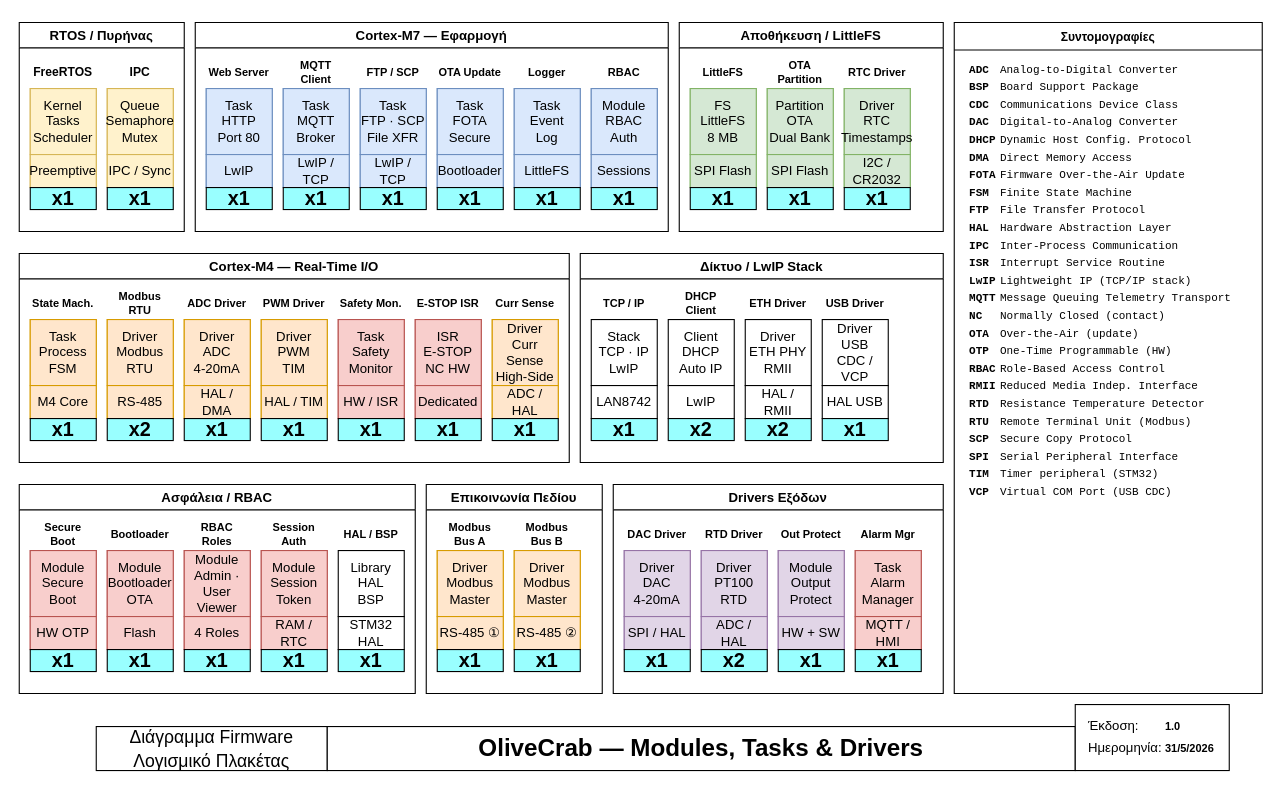
The draw.io diagram Docs/fw_overview.drawio in thanvas81/OliveCrab, before the edit. Source tidied: cells renumbered, new cells numbered last; positions are measured from the earlier drawing's top-left corner, leaving out a move shared by most shapes. Both pictures are drawn from the tidied source at 110%, with x=0, y=0 at pixel (19, 22).
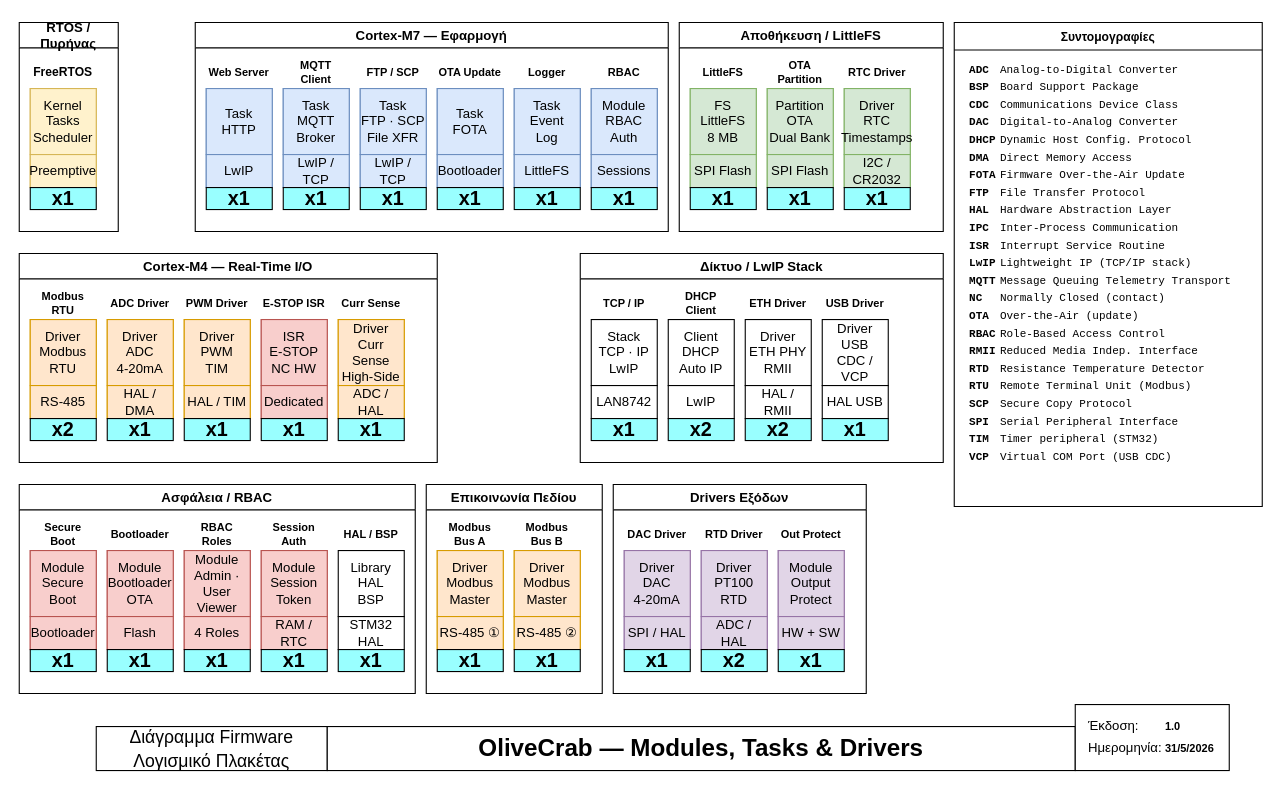
Above is the later version.

Commit message:
docs: remove unspecified FW modules from fw_overview

Remove four cards that have no basis in system_specifications.md:
- IPC (Queue/Semaphore/Mutex) — FreeRTOS internals, not spec'd
- State Machine / FSM — not mentioned in spec
- Safety Monitor task — spec lists E-STOP HW input, not a SW task
- Alarm Manager — not in spec

Also remove OTP and FSM from abbreviation legend.
Shrink affected swimlanes (RTOS, M4, Output Drivers) to fit.

Unchanged cells that the change refers to:
```xml
<mxCell id="20" style="group;fillColor=#dae8fc;strokeColor=#6c8ebf;" parent="19" vertex="1">
  <mxGeometry y="30" width="60" height="90" as="geometry" />
</mxCell>
<mxCell id="41" style="group;fillColor=#dae8fc;strokeColor=#6c8ebf;" parent="40" vertex="1">
  <mxGeometry y="30" width="60" height="90" as="geometry" />
</mxCell>
<mxCell id="164" style="group;fillColor=#f8cecc;strokeColor=#b85450;" parent="163" vertex="1">
  <mxGeometry y="30" width="60" height="90" as="geometry" />
</mxCell>
```

What changed in the source:
```diff
@@
     <mxCell id="2" value="RTOS / Πυρήνας" style="swimlane;whiteSpace=wrap;html=1;" parent="1" vertex="1">
-      <mxGeometry width="150" height="190" as="geometry" />
+      <mxGeometry width="90" height="190" as="geometry" />
     </mxCell>
@@
-    <mxCell id="10" style="group;" parent="2" vertex="1">
-      <mxGeometry x="80" y="30" width="60" height="140" as="geometry" />
-    </mxCell>
-    <mxCell id="11" style="group;" parent="10" vertex="1">
-      <mxGeometry width="60" height="120" as="geometry" />
-    </mxCell>
-    <mxCell id="12" style="group;fillColor=#fff2cc;strokeColor=#d6b656;" parent="11" vertex="1">
-      <mxGeometry y="30" width="60" height="90" as="geometry" />
-    </mxCell>
-    <mxCell id="13" value="Queue&lt;br&gt;Semaphore&lt;br&gt;Mutex" style="whiteSpace=wrap;html=1;fillColor=#fff2cc;strokeColor=#d6b656;" parent="12" vertex="1">
-      <mxGeometry width="60" height="60" as="geometry" />
-    </mxCell>
-    <mxCell id="14" value="IPC / Sync" style="rounded=0;whiteSpace=wrap;html=1;fillColor=#fff2cc;strokeColor=#d6b656;" parent="12" vertex="1">
-      <mxGeometry y="60" width="60" height="30" as="geometry" />
-    </mxCell>
-    <mxCell id="15" value="IPC" style="text;html=1;strokeColor=none;fillColor=none;align=center;verticalAlign=middle;whiteSpace=wrap;rounded=0;fontStyle=1;fontSize=11;" parent="11" vertex="1">
-      <mxGeometry width="60" height="30" as="geometry" />
-    </mxCell>
-    <mxCell id="16" value="x1" style="rounded=0;whiteSpace=wrap;html=1;fillColor=#99FFFF;fontSize=18;fontStyle=1;" parent="10" vertex="1">
-      <mxGeometry y="120" width="60" height="20" as="geometry" />
-    </mxCell>
@@
-    <mxCell id="21" value="Task&lt;br&gt;HTTP&lt;br&gt;Port 80" style="whiteSpace=wrap;html=1;fillColor=#dae8fc;strokeColor=#6c8ebf;" parent="20" vertex="1">
+    <mxCell id="21" value="Task&lt;br&gt;HTTP" style="whiteSpace=wrap;html=1;fillColor=#dae8fc;strokeColor=#6c8ebf;" parent="20" vertex="1">
       <mxGeometry width="60" height="60" as="geometry" />
     </mxCell>
@@
-    <mxCell id="42" value="Task&lt;br&gt;FOTA&lt;br&gt;Secure" style="whiteSpace=wrap;html=1;fillColor=#dae8fc;strokeColor=#6c8ebf;" parent="41" vertex="1">
+    <mxCell id="42" value="Task&lt;br&gt;FOTA" style="whiteSpace=wrap;html=1;fillColor=#dae8fc;strokeColor=#6c8ebf;" parent="41" vertex="1">
       <mxGeometry width="60" height="60" as="geometry" />
     </mxCell>
@@
     <mxCell id="82" value="Cortex-M4 — Real-Time I/O" style="swimlane;whiteSpace=wrap;html=1;" parent="1" vertex="1">
-      <mxGeometry y="210" width="500" height="190" as="geometry" />
+      <mxGeometry y="210" width="380" height="190" as="geometry" />
     </mxCell>
-    <mxCell id="83" style="group;" parent="82" vertex="1">
-      <mxGeometry x="10" y="30" width="60" height="140" as="geometry" />
-    </mxCell>
-    <mxCell id="84" style="group;" parent="83" vertex="1">
-      <mxGeometry width="60" height="120" as="geometry" />
-    </mxCell>
-    <mxCell id="85" style="group;fillColor=#ffe6cc;strokeColor=#d79b00;" parent="84" vertex="1">
-      <mxGeometry y="30" width="60" height="90" as="geometry" />
-    </mxCell>
-    <mxCell id="86" value="Task&lt;br&gt;Process&lt;br&gt;FSM" style="whiteSpace=wrap;html=1;fillColor=#ffe6cc;strokeColor=#d79b00;" parent="85" vertex="1">
-      <mxGeometry width="60" height="60" as="geometry" />
-    </mxCell>
-    <mxCell id="87" value="M4 Core" style="rounded=0;whiteSpace=wrap;html=1;fillColor=#ffe6cc;strokeColor=#d79b00;" parent="85" vertex="1">
-      <mxGeometry y="60" width="60" height="30" as="geometry" />
-    </mxCell>
-    <mxCell id="88" value="State Mach." style="text;html=1;strokeColor=none;fillColor=none;align=center;verticalAlign=middle;whiteSpace=wrap;rounded=0;fontStyle=1;fontSize=10;" parent="84" vertex="1">
-      <mxGeometry width="60" height="30" as="geometry" />
-    </mxCell>
-    <mxCell id="89" value="x1" style="rounded=0;whiteSpace=wrap;html=1;fillColor=#99FFFF;fontSize=18;fontStyle=1;" parent="83" vertex="1">
-      <mxGeometry y="120" width="60" height="20" as="geometry" />
-    </mxCell>
     <mxCell id="90" style="group;" parent="82" vertex="1">
-      <mxGeometry x="80" y="30" width="60" height="140" as="geometry" />
+      <mxGeometry x="10" y="30" width="60" height="140" as="geometry" />
     </mxCell>
@@
     <mxCell id="97" style="group;" parent="82" vertex="1">
-      <mxGeometry x="150" y="30" width="60" height="140" as="geometry" />
+      <mxGeometry x="80" y="30" width="60" height="140" as="geometry" />
     </mxCell>
@@
     <mxCell id="104" style="group;" parent="82" vertex="1">
-      <mxGeometry x="220" y="30" width="60" height="140" as="geometry" />
+      <mxGeometry x="150" y="30" width="60" height="140" as="geometry" />
     </mxCell>
@@
-    <mxCell id="111" style="group;" parent="82" vertex="1">
-      <mxGeometry x="290" y="30" width="60" height="140" as="geometry" />
-    </mxCell>
-    <mxCell id="112" style="group;" parent="111" vertex="1">
-      <mxGeometry width="60" height="120" as="geometry" />
-    </mxCell>
-    <mxCell id="113" style="group;fillColor=#f8cecc;strokeColor=#b85450;" parent="112" vertex="1">
-      <mxGeometry y="30" width="60" height="90" as="geometry" />
-    </mxCell>
-    <mxCell id="114" value="Task&lt;br&gt;Safety&lt;br&gt;Monitor" style="whiteSpace=wrap;html=1;fillColor=#f8cecc;strokeColor=#b85450;" parent="113" vertex="1">
-      <mxGeometry width="60" height="60" as="geometry" />
-    </mxCell>
-    <mxCell id="115" value="HW / ISR" style="rounded=0;whiteSpace=wrap;html=1;fillColor=#f8cecc;strokeColor=#b85450;" parent="113" vertex="1">
-      <mxGeometry y="60" width="60" height="30" as="geometry" />
-    </mxCell>
-    <mxCell id="116" value="Safety Mon." style="text;html=1;strokeColor=none;fillColor=none;align=center;verticalAlign=middle;whiteSpace=wrap;rounded=0;fontStyle=1;fontSize=10;" parent="112" vertex="1">
-      <mxGeometry width="60" height="30" as="geometry" />
-    </mxCell>
-    <mxCell id="117" value="x1" style="rounded=0;whiteSpace=wrap;html=1;fillColor=#99FFFF;fontSize=18;fontStyle=1;" parent="111" vertex="1">
-      <mxGeometry y="120" width="60" height="20" as="geometry" />
-    </mxCell>
     <mxCell id="118" style="group;" parent="82" vertex="1">
-      <mxGeometry x="360" y="30" width="60" height="140" as="geometry" />
+      <mxGeometry x="220" y="30" width="60" height="140" as="geometry" />
     </mxCell>
@@
     <mxCell id="125" style="group;" parent="82" vertex="1">
-      <mxGeometry x="430" y="30" width="60" height="140" as="geometry" />
+      <mxGeometry x="290" y="30" width="60" height="140" as="geometry" />
     </mxCell>
@@
-    <mxCell id="166" value="HW OTP" style="rounded=0;whiteSpace=wrap;html=1;fillColor=#f8cecc;strokeColor=#b85450;" parent="164" vertex="1">
+    <mxCell id="166" value="Bootloader" style="rounded=0;whiteSpace=wrap;html=1;fillColor=#f8cecc;strokeColor=#b85450;" parent="164" vertex="1">
       <mxGeometry y="60" width="60" height="30" as="geometry" />
     </mxCell>
@@
     <mxCell id="212" value="Drivers Εξόδων" style="swimlane;whiteSpace=wrap;html=1;" parent="1" vertex="1">
-      <mxGeometry x="540" y="420" width="300" height="190" as="geometry" />
+      <mxGeometry x="540" y="420" width="230" height="190" as="geometry" />
     </mxCell>
@@
-    <mxCell id="234" style="group;" parent="212" vertex="1">
-      <mxGeometry x="220" y="30" width="60" height="140" as="geometry" />
-    </mxCell>
-    <mxCell id="235" style="group;" parent="234" vertex="1">
-      <mxGeometry width="60" height="120" as="geometry" />
-    </mxCell>
-    <mxCell id="236" style="group;fillColor=#f8cecc;strokeColor=#b85450;" parent="235" vertex="1">
-      <mxGeometry y="30" width="60" height="90" as="geometry" />
-    </mxCell>
-    <mxCell id="237" value="Task&lt;br&gt;Alarm&lt;br&gt;Manager" style="whiteSpace=wrap;html=1;fillColor=#f8cecc;strokeColor=#b85450;" parent="236" vertex="1">
-      <mxGeometry width="60" height="60" as="geometry" />
-    </mxCell>
-    <mxCell id="238" value="MQTT / HMI" style="rounded=0;whiteSpace=wrap;html=1;fillColor=#f8cecc;strokeColor=#b85450;" parent="236" vertex="1">
-      <mxGeometry y="60" width="60" height="30" as="geometry" />
-    </mxCell>
-    <mxCell id="239" value="Alarm Mgr" style="text;html=1;strokeColor=none;fillColor=none;align=center;verticalAlign=middle;whiteSpace=wrap;rounded=0;fontStyle=1;fontSize=10;" parent="235" vertex="1">
-      <mxGeometry width="60" height="30" as="geometry" />
-    </mxCell>
-    <mxCell id="240" value="x1" style="rounded=0;whiteSpace=wrap;html=1;fillColor=#99FFFF;fontSize=18;fontStyle=1;" parent="234" vertex="1">
-      <mxGeometry y="120" width="60" height="20" as="geometry" />
-    </mxCell>
     <mxCell id="241" value="Συντομογραφίες" style="swimlane;whiteSpace=wrap;html=1;startSize=25;fontSize=11;fontStyle=1;" parent="1" vertex="1">
-      <mxGeometry x="850" width="280" height="610" as="geometry" />
+      <mxGeometry x="850" width="280" height="440" as="geometry" />
     </mxCell>
-    <mxCell id="242" value="&lt;table style=&quot;font-size:10px;font-family:Courier New,monospace;width:100%;&quot;&gt;&lt;tr&gt;&lt;td&gt;&lt;b&gt;ADC&lt;/b&gt;&lt;/td&gt;&lt;td&gt;Analog-to-Digital Converter&lt;/td&gt;&lt;/tr&gt;&lt;tr&gt;&lt;td&gt;&lt;b&gt;BSP&lt;/b&gt;&lt;/td&gt;&lt;td&gt;Board Support Package&lt;/td&gt;&lt;/tr&gt;&lt;tr&gt;&lt;td&gt;&lt;b&gt;CDC&lt;/b&gt;&lt;/td&gt;&lt;td&gt;Communications Device Class&lt;/td&gt;&lt;/tr&gt;&lt;tr&gt;&lt;td&gt;&lt;b&gt;DAC&lt;/b&gt;&lt;/td&gt;&lt;td&gt;Digital-to-Analog Converter&lt;/td&gt;&lt;/tr&gt;&lt;tr&gt;&lt;td&gt;&lt;b&gt;DHCP&lt;/b&gt;&lt;/td&gt;&lt;td&gt;Dynamic Host Config. Protocol&lt;/td&gt;&lt;/tr&gt;&lt;tr&gt;&lt;td&gt;&lt;b&gt;DMA&lt;/b&gt;&lt;/td&gt;&lt;td&gt;Direct Memory Access&lt;/td&gt;&lt;/tr&gt;&lt;tr&gt;&lt;td&gt;&lt;b&gt;FOTA&lt;/b&gt;&lt;/td&gt;&lt;td&gt;Firmware Over-the-Air Update&lt;/td&gt;&lt;/tr&gt;&lt;tr&gt;&lt;td&gt;&lt;b&gt;FSM&lt;/b&gt;&lt;/td&gt;&lt;td&gt;Finite State Machine&lt;/td&gt;&lt;/tr&gt;&lt;tr&gt;&lt;td&gt;&lt;b&gt;FTP&lt;/b&gt;&lt;/td&gt;&lt;td&gt;File Transfer Protocol&lt;/td&gt;&lt;/tr&gt;&lt;tr&gt;&lt;td&gt;&lt;b&gt;HAL&lt;/b&gt;&lt;/td&gt;&lt;td&gt;Hardware Abstraction Layer&lt;/td&gt;&lt;/tr&gt;&lt;tr&gt;&lt;td&gt;&lt;b&gt;IPC&lt;/b&gt;&lt;/td&gt;&lt;td&gt;Inter-Process Communication&lt;/td&gt;&lt;/tr&gt;&lt;tr&gt;&lt;td&gt;&lt;b&gt;ISR&lt;/b&gt;&lt;/td&gt;&lt;td&gt;Interrupt Service Routine&lt;/td&gt;&lt;/tr&gt;&lt;tr&gt;&lt;td&gt;&lt;b&gt;LwIP&lt;/b&gt;&lt;/td&gt;&lt;td&gt;Lightweight IP (TCP/IP stack)&lt;/td&gt;&lt;/tr&gt;&lt;tr&gt;&lt;td&gt;&lt;b&gt;MQTT&lt;/b&gt;&lt;/td&gt;&lt;td&gt;Message Queuing Telemetry Transport&lt;/td&gt;&lt;/tr&gt;&lt;tr&gt;&lt;td&gt;&lt;b&gt;NC&lt;/b&gt;&lt;/td&gt;&lt;td&gt;Normally Closed (contact)&lt;/td&gt;&lt;/tr&gt;&lt;tr&gt;&lt;td&gt;&lt;b&gt;OTA&lt;/b&gt;&lt;/td&gt;&lt;td&gt;Over-the-Air (update)&lt;/td&gt;&lt;/tr&gt;&lt;tr&gt;&lt;td&gt;&lt;b&gt;OTP&lt;/b&gt;&lt;/td&gt;&lt;td&gt;One-Time Programmable (HW)&lt;/td&gt;&lt;/tr&gt;&lt;tr&gt;&lt;td&gt;&lt;b&gt;RBAC&lt;/b&gt;&lt;/td&gt;&lt;td&gt;Role-Based Access Control&lt;/td&gt;&lt;/tr&gt;&lt;tr&gt;&lt;td&gt;&lt;b&gt;RMII&lt;/b&gt;&lt;/td&gt;&lt;td&gt;Reduced Media Indep. Interface&lt;/td&gt;&lt;/tr&gt;&lt;tr&gt;&lt;td&gt;&lt;b&gt;RTD&lt;/b&gt;&lt;/td&gt;&lt;td&gt;Resistance Temperature Detector&lt;/td&gt;&lt;/tr&gt;&lt;tr&gt;&lt;td&gt;&lt;b&gt;RTU&lt;/b&gt;&lt;/td&gt;&lt;td&gt;Remote Terminal Unit (Modbus)&lt;/td&gt;&lt;/tr&gt;&lt;tr&gt;&lt;td&gt;&lt;b&gt;SCP&lt;/b&gt;&lt;/td&gt;&lt;td&gt;Secure Copy Protocol&lt;/td&gt;&lt;/tr&gt;&lt;tr&gt;&lt;td&gt;&lt;b&gt;SPI&lt;/b&gt;&lt;/td&gt;&lt;td&gt;Serial Peripheral Interface&lt;/td&gt;&lt;/tr&gt;&lt;tr&gt;&lt;td&gt;&lt;b&gt;TIM&lt;/b&gt;&lt;/td&gt;&lt;td&gt;Timer peripheral (STM32)&lt;/td&gt;&lt;/tr&gt;&lt;tr&gt;&lt;td&gt;&lt;b&gt;VCP&lt;/b&gt;&lt;/td&gt;&lt;td&gt;Virtual COM Port (USB CDC)&lt;/td&gt;&lt;/tr&gt;&lt;/table&gt;" style="text;html=1;strokeColor=none;fillColor=none;align=left;verticalAlign=top;spacingLeft=4;" parent="241" vertex="1">
-      <mxGeometry x="5" y="28" width="268" height="575" as="geometry" />
+    <mxCell id="242" value="&lt;table style=&quot;font-size:10px;font-family:Courier New,monospace;width:100%;&quot;&gt;&lt;tr&gt;&lt;td&gt;&lt;b&gt;ADC&lt;/b&gt;&lt;/td&gt;&lt;td&gt;Analog-to-Digital Converter&lt;/td&gt;&lt;/tr&gt;&lt;tr&gt;&lt;td&gt;&lt;b&gt;BSP&lt;/b&gt;&lt;/td&gt;&lt;td&gt;Board Support Package&lt;/td&gt;&lt;/tr&gt;&lt;tr&gt;&lt;td&gt;&lt;b&gt;CDC&lt;/b&gt;&lt;/td&gt;&lt;td&gt;Communications Device Class&lt;/td&gt;&lt;/tr&gt;&lt;tr&gt;&lt;td&gt;&lt;b&gt;DAC&lt;/b&gt;&lt;/td&gt;&lt;td&gt;Digital-to-Analog Converter&lt;/td&gt;&lt;/tr&gt;&lt;tr&gt;&lt;td&gt;&lt;b&gt;DHCP&lt;/b&gt;&lt;/td&gt;&lt;td&gt;Dynamic Host Config. Protocol&lt;/td&gt;&lt;/tr&gt;&lt;tr&gt;&lt;td&gt;&lt;b&gt;DMA&lt;/b&gt;&lt;/td&gt;&lt;td&gt;Direct Memory Access&lt;/td&gt;&lt;/tr&gt;&lt;tr&gt;&lt;td&gt;&lt;b&gt;FOTA&lt;/b&gt;&lt;/td&gt;&lt;td&gt;Firmware Over-the-Air Update&lt;/td&gt;&lt;/tr&gt;&lt;tr&gt;&lt;td&gt;&lt;b&gt;FTP&lt;/b&gt;&lt;/td&gt;&lt;td&gt;File Transfer Protocol&lt;/td&gt;&lt;/tr&gt;&lt;tr&gt;&lt;td&gt;&lt;b&gt;HAL&lt;/b&gt;&lt;/td&gt;&lt;td&gt;Hardware Abstraction Layer&lt;/td&gt;&lt;/tr&gt;&lt;tr&gt;&lt;td&gt;&lt;b&gt;IPC&lt;/b&gt;&lt;/td&gt;&lt;td&gt;Inter-Process Communication&lt;/td&gt;&lt;/tr&gt;&lt;tr&gt;&lt;td&gt;&lt;b&gt;ISR&lt;/b&gt;&lt;/td&gt;&lt;td&gt;Interrupt Service Routine&lt;/td&gt;&lt;/tr&gt;&lt;tr&gt;&lt;td&gt;&lt;b&gt;LwIP&lt;/b&gt;&lt;/td&gt;&lt;td&gt;Lightweight IP (TCP/IP stack)&lt;/td&gt;&lt;/tr&gt;&lt;tr&gt;&lt;td&gt;&lt;b&gt;MQTT&lt;/b&gt;&lt;/td&gt;&lt;td&gt;Message Queuing Telemetry Transport&lt;/td&gt;&lt;/tr&gt;&lt;tr&gt;&lt;td&gt;&lt;b&gt;NC&lt;/b&gt;&lt;/td&gt;&lt;td&gt;Normally Closed (contact)&lt;/td&gt;&lt;/tr&gt;&lt;tr&gt;&lt;td&gt;&lt;b&gt;OTA&lt;/b&gt;&lt;/td&gt;&lt;td&gt;Over-the-Air (update)&lt;/td&gt;&lt;/tr&gt;&lt;tr&gt;&lt;td&gt;&lt;b&gt;RBAC&lt;/b&gt;&lt;/td&gt;&lt;td&gt;Role-Based Access Control&lt;/td&gt;&lt;/tr&gt;&lt;tr&gt;&lt;td&gt;&lt;b&gt;RMII&lt;/b&gt;&lt;/td&gt;&lt;td&gt;Reduced Media Indep. Interface&lt;/td&gt;&lt;/tr&gt;&lt;tr&gt;&lt;td&gt;&lt;b&gt;RTD&lt;/b&gt;&lt;/td&gt;&lt;td&gt;Resistance Temperature Detector&lt;/td&gt;&lt;/tr&gt;&lt;tr&gt;&lt;td&gt;&lt;b&gt;RTU&lt;/b&gt;&lt;/td&gt;&lt;td&gt;Remote Terminal Unit (Modbus)&lt;/td&gt;&lt;/tr&gt;&lt;tr&gt;&lt;td&gt;&lt;b&gt;SCP&lt;/b&gt;&lt;/td&gt;&lt;td&gt;Secure Copy Protocol&lt;/td&gt;&lt;/tr&gt;&lt;tr&gt;&lt;td&gt;&lt;b&gt;SPI&lt;/b&gt;&lt;/td&gt;&lt;td&gt;Serial Peripheral Interface&lt;/td&gt;&lt;/tr&gt;&lt;tr&gt;&lt;td&gt;&lt;b&gt;TIM&lt;/b&gt;&lt;/td&gt;&lt;td&gt;Timer peripheral (STM32)&lt;/td&gt;&lt;/tr&gt;&lt;tr&gt;&lt;td&gt;&lt;b&gt;VCP&lt;/b&gt;&lt;/td&gt;&lt;td&gt;Virtual COM Port (USB CDC)&lt;/td&gt;&lt;/tr&gt;&lt;/table&gt;" style="text;html=1;strokeColor=none;fillColor=none;align=left;verticalAlign=top;spacingLeft=4;" parent="241" vertex="1">
+      <mxGeometry x="5" y="28" width="268" height="412" as="geometry" />
     </mxCell>
```
